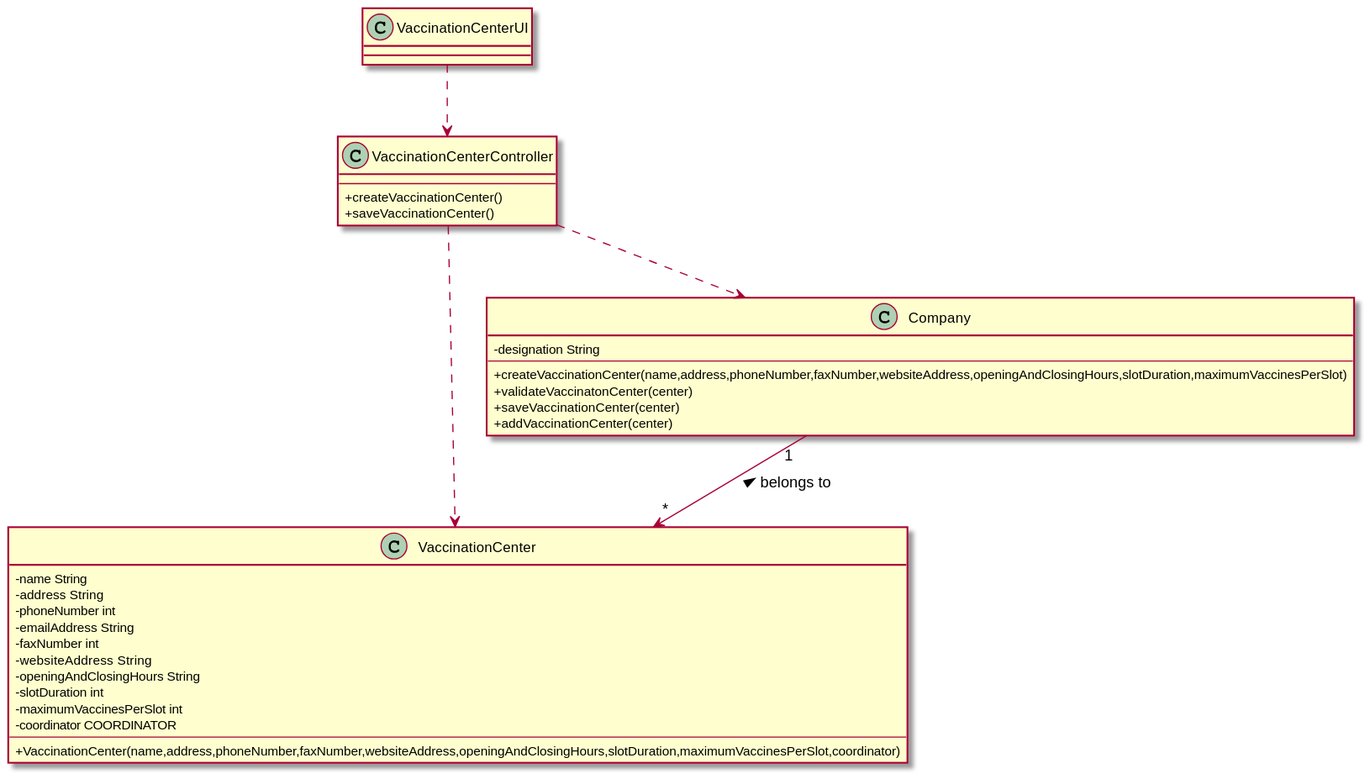
Before: docs/SprintB/US09/CD/US09_CD.svg, a diagram exported from PlantUML (miseEnPlace-i/lapr2).
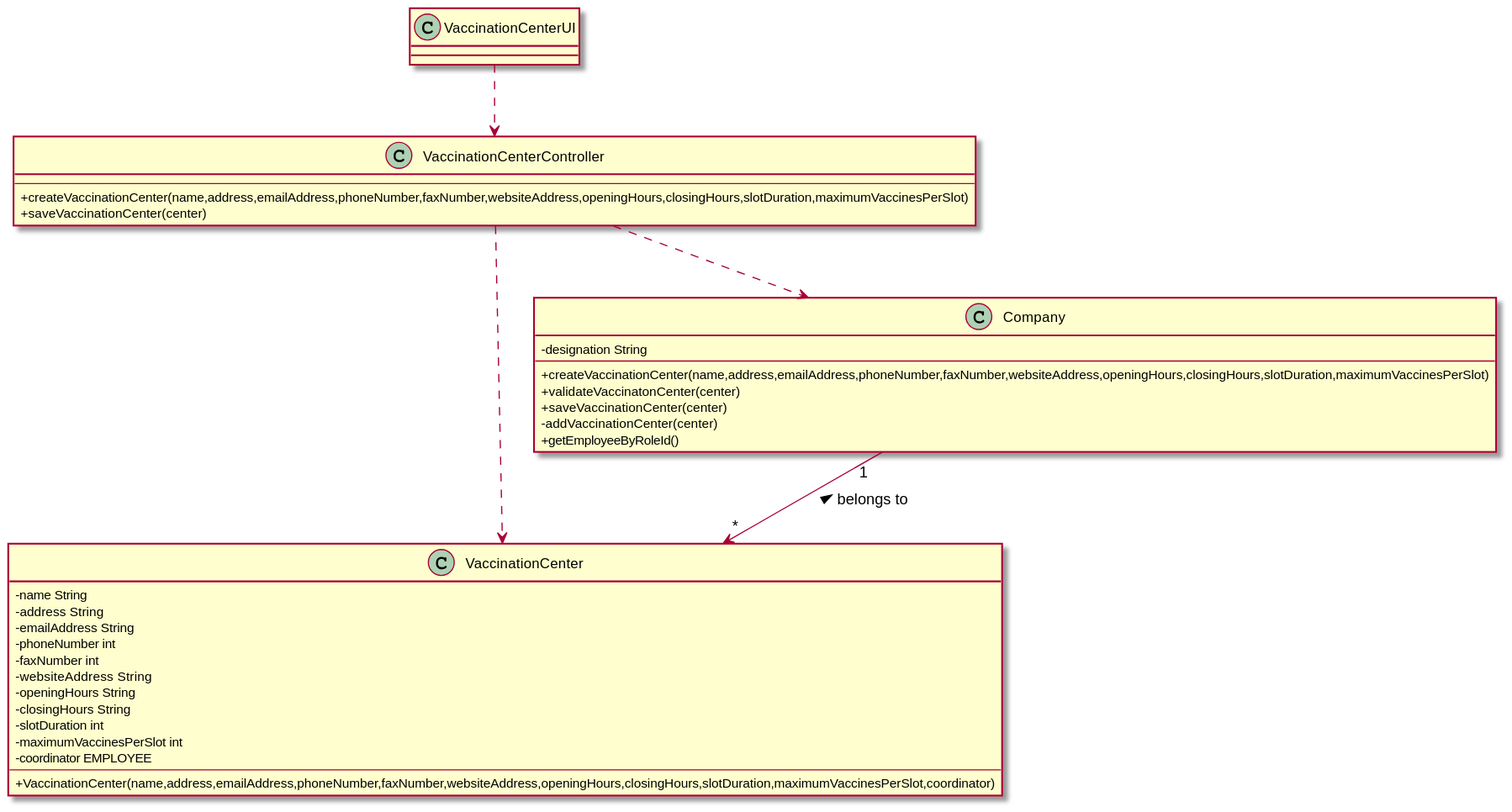
Later version of the same file.

Change to the diagram source:
```diff
@@ -4,32 +4,34 @@
 class VaccinationCenter {
   - name String
   - address String
+  - emailAddress String
   - phoneNumber int
-  - emailAddress String
   - faxNumber int
   - websiteAddress String
-  - openingAndClosingHours String
+  - openingHours String
+  - closingHours String
   - slotDuration int
   - maximumVaccinesPerSlot int
-  - coordinator COORDINATOR
+  - coordinator EMPLOYEE
   ---
- +VaccinationCenter(name,address,phoneNumber,faxNumber,websiteAddress,openingAndClosingHours,slotDuration,maximumVaccinesPerSlot,coordinator)
+ +VaccinationCenter(name,address,emailAddress,phoneNumber,faxNumber,websiteAddress,openingHours,closingHours,slotDuration,maximumVaccinesPerSlot,coordinator)
 }
 
 
 class Company {
   -designation String
   ---
-  +createVaccinationCenter(name,address,phoneNumber,faxNumber,websiteAddress,openingAndClosingHours,slotDuration,maximumVaccinesPerSlot)
+  +createVaccinationCenter(name,address,emailAddress,phoneNumber,faxNumber,websiteAddress,openingHours,closingHours,slotDuration,maximumVaccinesPerSlot)
   +validateVaccinatonCenter(center)
   +saveVaccinationCenter(center)
-  +addVaccinationCenter(center)
+  -addVaccinationCenter(center)
+  +getEmployeeByRoleId()
 }
 
 class VaccinationCenterController {
   ---
-  +createVaccinationCenter()
-  +saveVaccinationCenter()
+  +createVaccinationCenter(name,address,emailAddress,phoneNumber,faxNumber,websiteAddress,openingHours,closingHours,slotDuration,maximumVaccinesPerSlot)
+  +saveVaccinationCenter(center)
 }
 
 class VaccinationCenterUI {}
```
